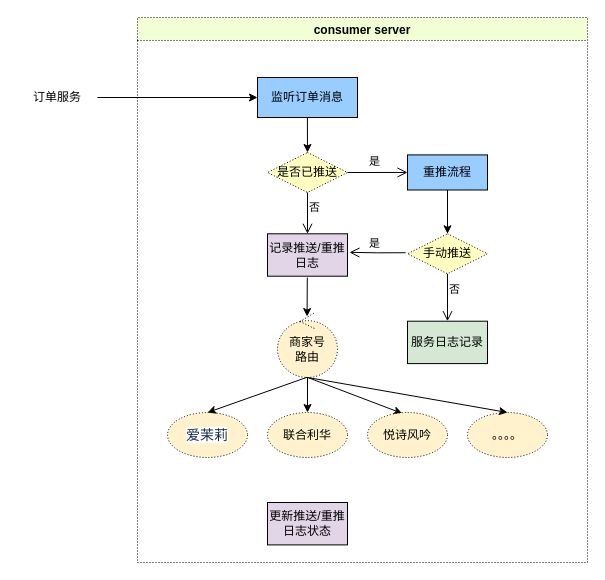
Above: 订单推送线下.drawio in sjh724/draw.io (draw.io), before the change. Source tidied: cells renumbered, new cells numbered last; positions are measured from the earlier drawing's top-left corner, leaving out a move shared by most shapes. Both pictures are drawn from the tidied source at 100%, with x=0, y=0 at pixel (17, 17).
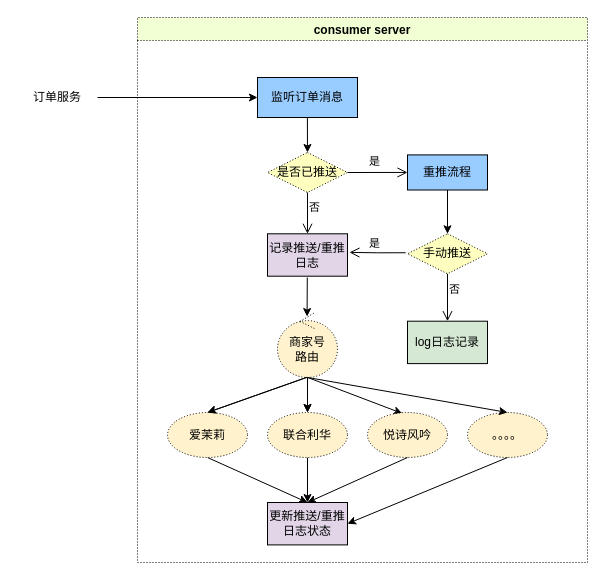
The same diagram, later.

Commit message:
Update 订单推送线下.drawio

The change refers to these unchanged cells:
```xml
<mxCell id="2" value="consumer server" style="swimlane;fillColor=#F2FFD4;dashed=1;dashPattern=1 2;" parent="1" vertex="1">
  <mxGeometry x="120" width="450" height="545" as="geometry" />
</mxCell>
<mxCell id="17" value="商家号&lt;br&gt;路由" style="ellipse;shape=umlControl;whiteSpace=wrap;html=1;dashed=1;dashPattern=1 2;strokeColor=#000000;fillColor=#FFF2CC;gradientColor=none;" parent="2" vertex="1">
  <mxGeometry x="140" y="295" width="60" height="65" as="geometry" />
</mxCell>
<mxCell id="19" value="更新推送/重推日志状态" style="whiteSpace=wrap;html=1;align=center;fillColor=#E1D5E7;" parent="2" vertex="1">
  <mxGeometry x="130" y="485" width="80" height="42.4" as="geometry" />
</mxCell>
<mxCell id="21" value="联合利华" style="ellipse;whiteSpace=wrap;html=1;dashed=1;dashPattern=1 2;strokeColor=#000000;fillColor=#FFF2CC;gradientColor=none;" parent="2" vertex="1">
  <mxGeometry x="130" y="395" width="80" height="45" as="geometry" />
</mxCell>
<mxCell id="22" value="悦诗风吟" style="ellipse;whiteSpace=wrap;html=1;dashed=1;dashPattern=1 2;strokeColor=#000000;fillColor=#FFF2CC;gradientColor=none;" parent="2" vertex="1">
  <mxGeometry x="230" y="395" width="80" height="45" as="geometry" />
</mxCell>
<mxCell id="23" value="。。。。" style="ellipse;whiteSpace=wrap;html=1;dashed=1;dashPattern=1 2;strokeColor=#000000;fillColor=#FFF2CC;gradientColor=none;" parent="2" vertex="1">
  <mxGeometry x="330" y="395" width="80" height="45" as="geometry" />
</mxCell>
```

What changed in the source:
```diff
@@
-    <mxCell id="13" value="服务日志记录" style="whiteSpace=wrap;html=1;align=center;fillColor=#D5E8D4;" parent="2" vertex="1">
+    <mxCell id="13" value="log日志记录" style="whiteSpace=wrap;html=1;align=center;fillColor=#D5E8D4;" parent="2" vertex="1">
       <mxGeometry x="270" y="303.7" width="80" height="42.4" as="geometry" />
     </mxCell>
@@
-    <mxCell id="20" value="&lt;font color=&quot;#172b4d&quot;&gt;&lt;span style=&quot;font-size: 14px ; background-color: rgb(255 , 255 , 255)&quot;&gt;爱茉莉&lt;/span&gt;&lt;/font&gt;" style="ellipse;whiteSpace=wrap;html=1;dashed=1;dashPattern=1 2;strokeColor=#000000;fillColor=#FFF2CC;gradientColor=none;" parent="2" vertex="1">
-      <mxGeometry x="30" y="395" width="80" height="45" as="geometry" />
-    </mxCell>
+    <mxCell id="28" style="edgeStyle=none;rounded=0;jettySize=auto;html=1;strokeColor=#000000;" parent="2" edge="1" source="21" target="19">
+      <mxGeometry relative="1" as="geometry" />
+    </mxCell>
@@
-    <mxCell id="24" style="endArrow=classic;html=1;rounded=0;entryX=0.5;entryY=0;entryDx=0;entryDy=0;exitX=0.492;exitY=0.997;exitDx=0;exitDy=0;exitPerimeter=0;" parent="2" edge="1" source="17" target="20">
-      <mxGeometry relative="1" as="geometry" />
+    <mxCell id="24" style="endArrow=classic;html=1;rounded=0;entryX=0.5;entryY=0;entryDx=0;entryDy=0;exitX=0.492;exitY=0.997;exitDx=0;exitDy=0;exitPerimeter=0;" parent="2" edge="1" source="17">
+      <mxGeometry relative="1" as="geometry">
+        <mxPoint x="70" y="395" as="targetPoint" />
+      </mxGeometry>
     </mxCell>
@@
+    <mxCell id="29" style="endArrow=classic;html=1;rounded=0;exitX=0.5;exitY=1;exitDx=0;exitDy=0;" parent="2" edge="1">
+      <mxGeometry relative="1" as="geometry">
+        <mxPoint x="70" y="440" as="sourcePoint" />
+        <mxPoint x="170" y="485" as="targetPoint" />
+      </mxGeometry>
+    </mxCell>
+    <mxCell id="30" style="edgeStyle=none;rounded=0;jettySize=auto;html=1;strokeColor=#000000;exitX=0.5;exitY=1;exitDx=0;exitDy=0;entryX=1;entryY=0.5;entryDx=0;entryDy=0;" parent="2" edge="1" source="23" target="19">
+      <mxGeometry relative="1" as="geometry" />
+    </mxCell>
+    <mxCell id="31" style="edgeStyle=none;rounded=0;jettySize=auto;html=1;strokeColor=#000000;exitX=0.5;exitY=1;exitDx=0;exitDy=0;" parent="2" edge="1" source="22">
+      <mxGeometry relative="1" as="geometry">
+        <mxPoint x="170" y="485" as="targetPoint" />
+      </mxGeometry>
+    </mxCell>
+    <mxCell id="20" value="爱茉莉" style="ellipse;whiteSpace=wrap;html=1;dashed=1;dashPattern=1 2;strokeColor=#000000;fillColor=#FFF2CC;gradientColor=none;" parent="2" vertex="1">
+      <mxGeometry x="30" y="395" width="80" height="45" as="geometry" />
+    </mxCell>
+    <mxCell id="32" style="endArrow=classic;html=1;rounded=0;entryX=0.5;entryY=0;entryDx=0;entryDy=0;exitX=0.492;exitY=0.997;exitDx=0;exitDy=0;exitPerimeter=0;" parent="2" edge="1">
+      <mxGeometry relative="1" as="geometry">
+        <mxPoint x="169.5" y="359.8" as="sourcePoint" />
+        <mxPoint x="70" y="395" as="targetPoint" />
+      </mxGeometry>
+    </mxCell>
+    <mxCell id="33" style="edgeStyle=none;rounded=0;orthogonalLoop=1;jettySize=auto;html=1;strokeColor=#000000;" parent="2" edge="1">
+      <mxGeometry relative="1" as="geometry">
+        <mxPoint x="170" y="360" as="sourcePoint" />
+        <mxPoint x="170" y="395" as="targetPoint" />
+      </mxGeometry>
+    </mxCell>
```
